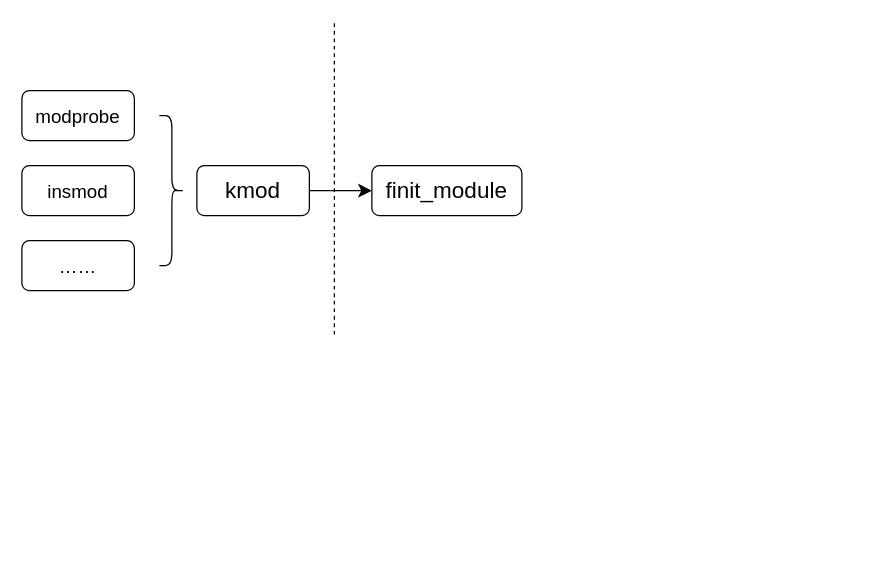
The draw.io diagram 未命名绘图.drawio in plotusim/home-, before the edit. Source tidied: cells renumbered, new cells numbered last; positions are measured from the earlier drawing's top-left corner, leaving out a move shared by most shapes. Both pictures are drawn from the tidied source at 125%, with x=0, y=0 at pixel (21, 21).
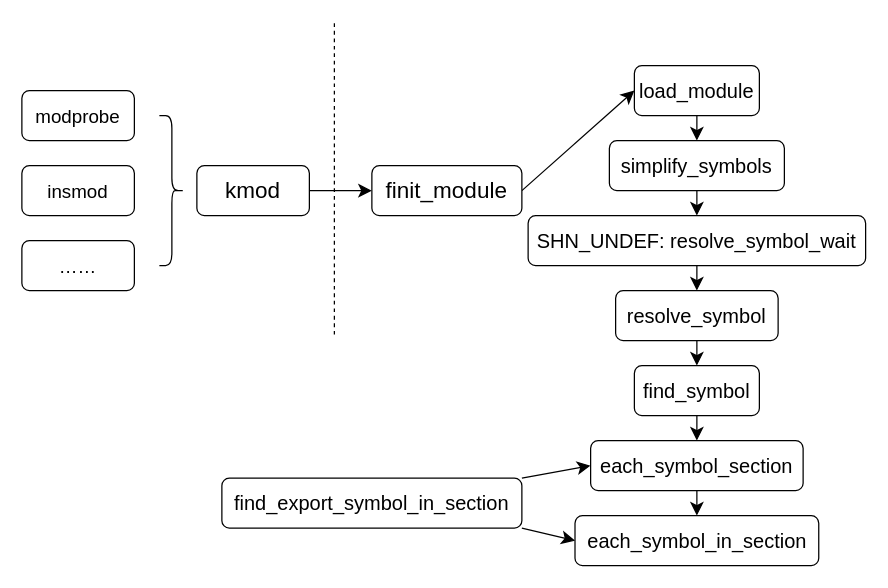
Above is the later version.

Commit message:
函数调用流程图

Unchanged cells that the change refers to:
```xml
<mxCell id="9" value="&lt;font style=&quot;font-size: 18px;&quot;&gt;finit_module&lt;/font&gt;" style="rounded=1;whiteSpace=wrap;html=1;fontSize=16;" parent="1" vertex="1">
  <mxGeometry x="280" y="115" width="120" height="40" as="geometry" />
</mxCell>
```

What changed in the source:
```diff
@@
+    <mxCell id="10" style="edgeStyle=none;curved=1;rounded=0;jettySize=auto;html=1;exitX=1;exitY=0.5;exitDx=0;exitDy=0;entryX=0;entryY=0.5;entryDx=0;entryDy=0;fontSize=12;startSize=8;endSize=8;" parent="1" edge="1" source="9" target="12">
+      <mxGeometry relative="1" as="geometry" />
+    </mxCell>
@@
+    <mxCell id="11" style="edgeStyle=none;curved=1;rounded=0;jettySize=auto;html=1;exitX=0.5;exitY=1;exitDx=0;exitDy=0;entryX=0.5;entryY=0;entryDx=0;entryDy=0;fontSize=12;startSize=8;endSize=8;" parent="1" edge="1" source="12" target="14">
+      <mxGeometry relative="1" as="geometry" />
+    </mxCell>
+    <mxCell id="12" value="&lt;font style=&quot;font-size: 16px;&quot;&gt;load_module&lt;/font&gt;" style="rounded=1;whiteSpace=wrap;html=1;fontSize=16;" parent="1" vertex="1">
+      <mxGeometry x="490" y="35" width="100" height="40" as="geometry" />
+    </mxCell>
+    <mxCell id="13" style="edgeStyle=none;curved=1;rounded=0;jettySize=auto;html=1;exitX=0.5;exitY=1;exitDx=0;exitDy=0;entryX=0.5;entryY=0;entryDx=0;entryDy=0;fontSize=12;startSize=8;endSize=8;" parent="1" edge="1" source="14" target="16">
+      <mxGeometry relative="1" as="geometry" />
+    </mxCell>
+    <mxCell id="14" value="simplify_symbols" style="rounded=1;whiteSpace=wrap;html=1;fontSize=16;" parent="1" vertex="1">
+      <mxGeometry x="470" y="95" width="140" height="40" as="geometry" />
+    </mxCell>
+    <mxCell id="15" style="edgeStyle=none;curved=1;rounded=0;jettySize=auto;html=1;exitX=0.5;exitY=1;exitDx=0;exitDy=0;fontSize=12;startSize=8;endSize=8;" parent="1" edge="1" source="16" target="18">
+      <mxGeometry relative="1" as="geometry" />
+    </mxCell>
+    <mxCell id="16" value="SHN_UNDEF: resolve_symbol_wait" style="rounded=1;whiteSpace=wrap;html=1;fontSize=16;" parent="1" vertex="1">
+      <mxGeometry x="405" y="155" width="270" height="40" as="geometry" />
+    </mxCell>
+    <mxCell id="17" style="edgeStyle=none;curved=1;rounded=0;jettySize=auto;html=1;exitX=0.5;exitY=1;exitDx=0;exitDy=0;fontSize=12;startSize=8;endSize=8;" parent="1" edge="1" source="18" target="20">
+      <mxGeometry relative="1" as="geometry" />
+    </mxCell>
+    <mxCell id="18" value="resolve_symbol" style="rounded=1;whiteSpace=wrap;html=1;fontSize=16;" parent="1" vertex="1">
+      <mxGeometry x="475" y="215" width="130" height="40" as="geometry" />
+    </mxCell>
+    <mxCell id="19" style="edgeStyle=none;curved=1;rounded=0;jettySize=auto;html=1;exitX=0.5;exitY=1;exitDx=0;exitDy=0;entryX=0.5;entryY=0;entryDx=0;entryDy=0;fontSize=12;startSize=8;endSize=8;" parent="1" edge="1" source="20" target="22">
+      <mxGeometry relative="1" as="geometry" />
+    </mxCell>
+    <mxCell id="20" value="find_symbol" style="rounded=1;whiteSpace=wrap;html=1;fontSize=16;" parent="1" vertex="1">
+      <mxGeometry x="490" y="275" width="100" height="40" as="geometry" />
+    </mxCell>
+    <mxCell id="21" style="edgeStyle=none;curved=1;rounded=0;jettySize=auto;html=1;exitX=0.5;exitY=1;exitDx=0;exitDy=0;entryX=0.5;entryY=0;entryDx=0;entryDy=0;fontSize=12;startSize=8;endSize=8;" parent="1" edge="1" source="22" target="23">
+      <mxGeometry relative="1" as="geometry" />
+    </mxCell>
+    <mxCell id="22" value="each_symbol_section" style="rounded=1;whiteSpace=wrap;html=1;fontSize=16;" parent="1" vertex="1">
+      <mxGeometry x="455" y="335" width="170" height="40" as="geometry" />
+    </mxCell>
+    <mxCell id="23" value="each_symbol_in_section" style="rounded=1;whiteSpace=wrap;html=1;fontSize=16;" parent="1" vertex="1">
+      <mxGeometry x="442.5" y="395" width="195" height="40" as="geometry" />
+    </mxCell>
+    <mxCell id="24" style="edgeStyle=none;curved=1;rounded=0;jettySize=auto;html=1;exitX=1;exitY=0;exitDx=0;exitDy=0;entryX=0;entryY=0.5;entryDx=0;entryDy=0;fontSize=12;startSize=8;endSize=8;" parent="1" edge="1" source="26" target="22">
+      <mxGeometry relative="1" as="geometry" />
+    </mxCell>
+    <mxCell id="25" style="edgeStyle=none;curved=1;rounded=0;jettySize=auto;html=1;exitX=1;exitY=1;exitDx=0;exitDy=0;entryX=0;entryY=0.5;entryDx=0;entryDy=0;fontSize=12;startSize=8;endSize=8;" parent="1" edge="1" source="26" target="23">
+      <mxGeometry relative="1" as="geometry" />
+    </mxCell>
+    <mxCell id="26" value="find_export_symbol_in_section" style="rounded=1;whiteSpace=wrap;html=1;fontSize=16;" parent="1" vertex="1">
+      <mxGeometry x="160" y="365" width="240" height="40" as="geometry" />
+    </mxCell>
```
